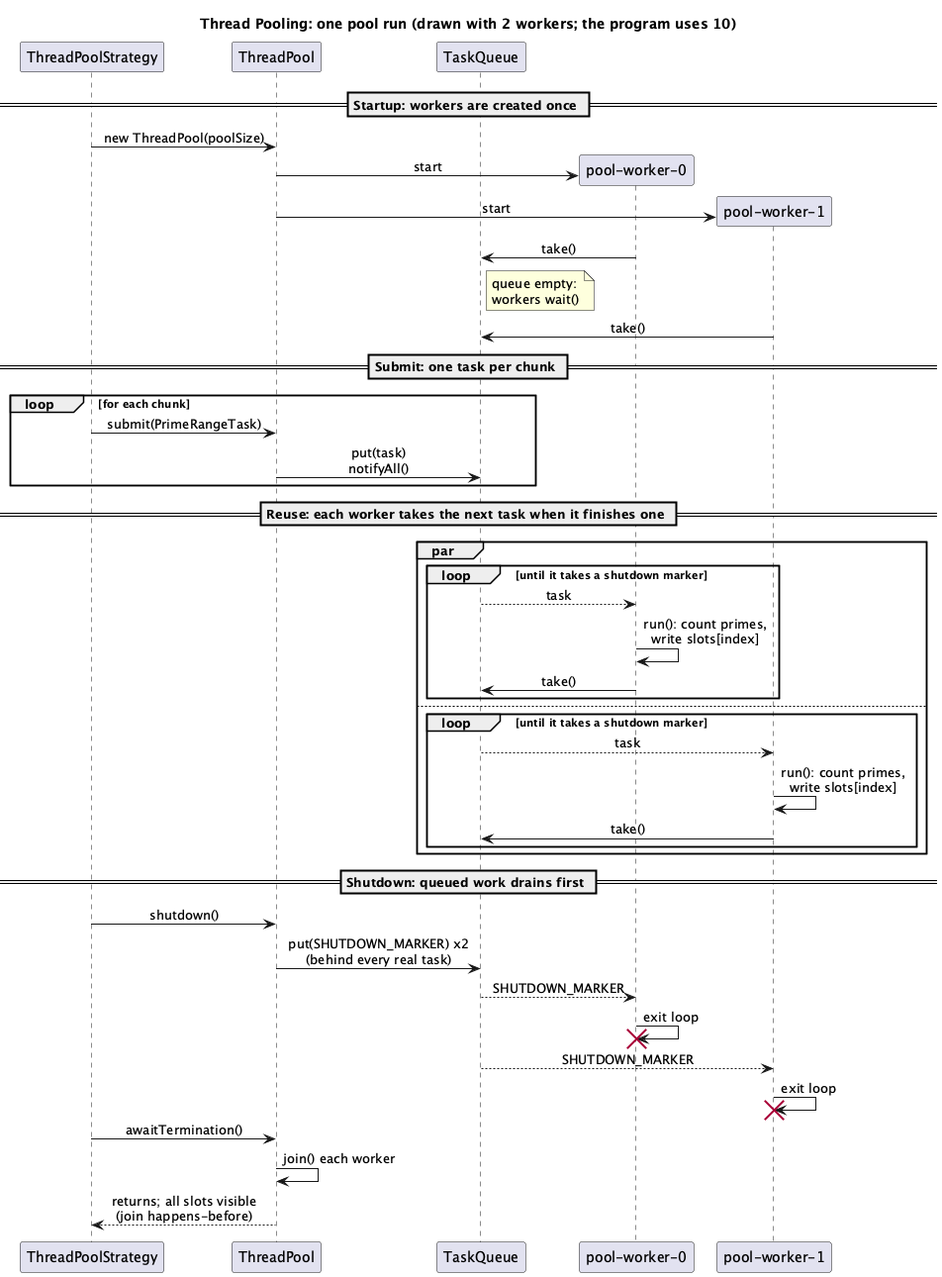
kobster68/thread-pooling keeps this PlantUML diagram as uml/pool/thread-pooling-sequence.png. Above is the earlier version. The source it was exported from:
```plantuml
@startuml thread-pooling-sequence
title Thread Pooling: one pool run (drawn with 2 workers; the program uses 10)
skinparam sequenceMessageAlign center

participant "ThreadPoolStrategy" as S
participant "ThreadPool" as P
participant "TaskQueue" as Q
participant "pool-worker-0" as W0
participant "pool-worker-1" as W1

== Startup: workers are created once ==
S -> P : new ThreadPool(poolSize)
P -> W0 ** : start
P -> W1 ** : start
W0 -> Q : take()
note right of Q : queue empty:\nworkers wait()
W1 -> Q : take()

== Submit: one task per chunk ==
loop for each chunk
  S -> P : submit(PrimeRangeTask)
  P -> Q : put(task)\nnotifyAll()
end

== Reuse: each worker takes the next task when it finishes one ==
par
  loop until it takes a shutdown marker
    Q --> W0 : task
    W0 -> W0 : run(): count primes,\nwrite slots[index]
    W0 -> Q : take()
  end
else
  loop until it takes a shutdown marker
    Q --> W1 : task
    W1 -> W1 : run(): count primes,\nwrite slots[index]
    W1 -> Q : take()
  end
end

== Shutdown: queued work drains first ==
S -> P : shutdown()
P -> Q : put(SHUTDOWN_MARKER) x2\n(behind every real task)
Q --> W0 : SHUTDOWN_MARKER
W0 -> W0 : exit loop
destroy W0
Q --> W1 : SHUTDOWN_MARKER
W1 -> W1 : exit loop
destroy W1
S -> P : awaitTermination()
P -> P : join() each worker
P --> S : returns; all slots visible\n(join happens-before)
@enduml
```
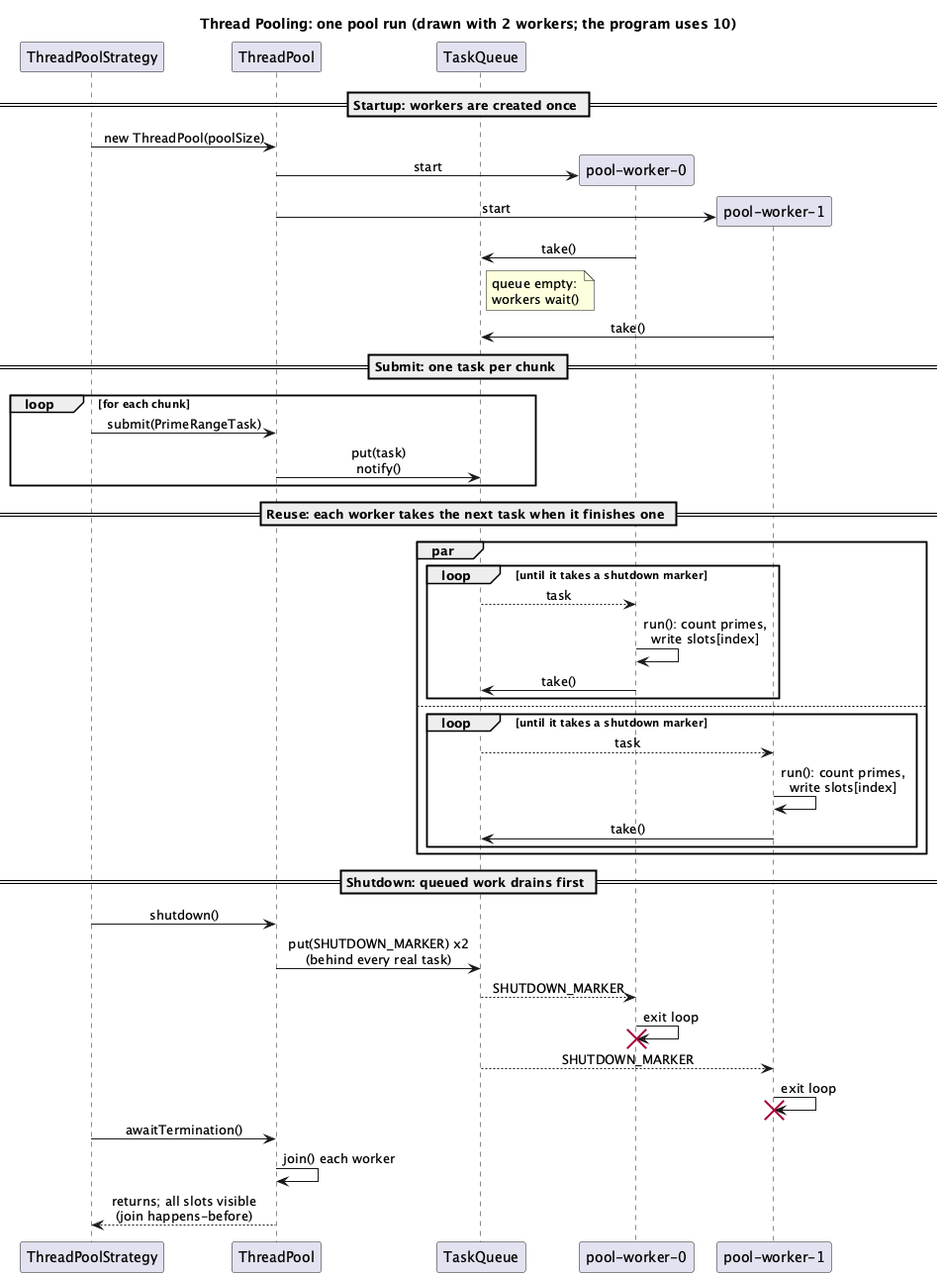
The same diagram one commit later.

The edit, as a diff of the source:
```diff
@@ -19,7 +19,7 @@
 == Submit: one task per chunk ==
 loop for each chunk
   S -> P : submit(PrimeRangeTask)
-  P -> Q : put(task)\nnotifyAll()
+  P -> Q : put(task)\nnotify()
 end
 
 == Reuse: each worker takes the next task when it finishes one ==
```
